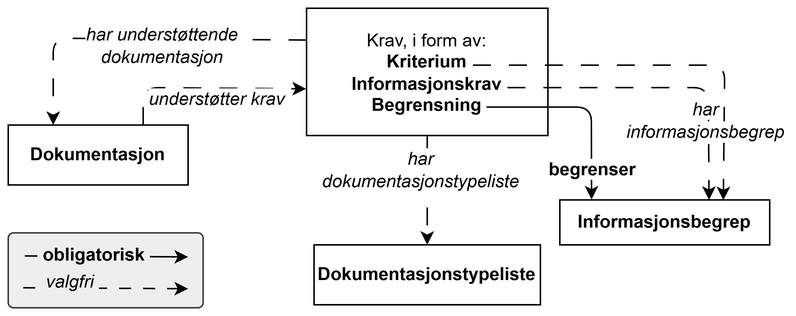
Before: docs/images/CCCEV-AP-NO-forenklet-fremstilling.png, a diagram exported from draw.io (Informasjonsforvaltning/cccev-ap-no). Source tidied: cells renumbered, new cells last; positions are measured from the earlier drawing's top-left corner, leaving out a move shared by most shapes.
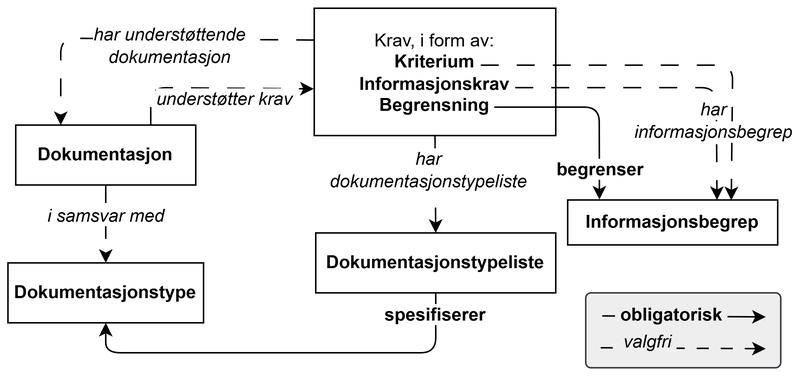
The same file after the commit.

Commit message:
Oppdaterer kap. 2

Diff of the diagram source:
```diff
@@ -52,7 +52,7 @@
       <mxGeometry x="411" y="65" width="109" height="20" as="geometry" />
     </mxCell>
     <mxCell id="12" value="&lt;b&gt;Dokumentasjonstypeliste&lt;/b&gt;" style="rounded=0;whiteSpace=wrap;html=1;" parent="1" vertex="1">
-      <mxGeometry x="204" y="158" width="151" height="40" as="geometry" />
+      <mxGeometry x="200" y="150" width="160" height="40" as="geometry" />
     </mxCell>
     <mxCell id="13" value="&lt;div&gt;&lt;b style=&quot;background-color: transparent; color: light-dark(rgb(0, 0, 0), rgb(255, 255, 255));&quot;&gt;Dokumentasjon&lt;/b&gt;&lt;/div&gt;" style="rounded=0;whiteSpace=wrap;html=1;" parent="1" vertex="1">
       <mxGeometry y="78" width="120" height="40" as="geometry" />
@@ -71,7 +71,7 @@
       <mxGeometry x="230" y="98" width="90.6" height="20" as="geometry" />
     </mxCell>
     <mxCell id="17" style="group;" parent="1" vertex="1">
-      <mxGeometry y="150" width="130" height="50" as="geometry" />
+      <mxGeometry x="380" y="190" width="130" height="50" as="geometry" />
     </mxCell>
     <mxCell id="18" style="rounded=1;whiteSpace=wrap;html=1;align=left;verticalAlign=top;arcSize=7;fillColor=#eeeeee;strokeColor=#36393d;" parent="17" vertex="1">
       <mxGeometry width="130" height="50" as="geometry" />
@@ -100,5 +100,25 @@
     <mxCell id="24" value="&lt;b style=&quot;background-color: rgb(238, 238, 238);&quot;&gt;&amp;nbsp;obligatorisk&amp;nbsp;&lt;/b&gt;" style="text;html=1;align=center;verticalAlign=middle;whiteSpace=wrap;rounded=0;" parent="22" vertex="1">
       <mxGeometry x="21.4" width="50.7" height="20.8" as="geometry" />
     </mxCell>
+    <mxCell id="25" value="&lt;b&gt;Dokumentasjonstype&lt;/b&gt;" style="rounded=0;whiteSpace=wrap;html=1;" parent="1" vertex="1">
+      <mxGeometry x="-5.2" y="170" width="130.4" height="40" as="geometry" />
+    </mxCell>
+    <mxCell id="26" style="endArrow=classic;html=1;rounded=1;exitX=0.5;exitY=1;exitDx=0;exitDy=0;entryX=0.5;entryY=1;entryDx=0;entryDy=0;curved=0;" parent="1" edge="1" source="12" target="25">
+      <mxGeometry relative="1" as="geometry">
+        <Array as="points">
+          <mxPoint x="280" y="230" />
+          <mxPoint x="60" y="230" />
+        </Array>
+      </mxGeometry>
+    </mxCell>
+    <mxCell id="27" value="&lt;b style=&quot;background-color: light-dark(#ffffff, var(--ge-dark-color, #121212));&quot;&gt;spesifiserer&lt;/b&gt;" style="text;html=1;whiteSpace=wrap;strokeColor=none;fillColor=none;align=center;verticalAlign=middle;rounded=0;" parent="1" vertex="1">
+      <mxGeometry x="249.5" y="190" width="60" height="30" as="geometry" />
+    </mxCell>
+    <mxCell id="28" style="endArrow=classic;html=1;rounded=1;curved=0;dashed=1;dashPattern=12 12;entryX=0.5;entryY=0;entryDx=0;entryDy=0;exitX=0.5;exitY=1;exitDx=0;exitDy=0;" parent="1" edge="1" source="13" target="25">
+      <mxGeometry relative="1" as="geometry" />
+    </mxCell>
+    <mxCell id="29" value="&lt;span style=&quot;background-color: rgb(255, 255, 255);&quot;&gt;&lt;i&gt;i samsvar med&lt;/i&gt;&lt;/span&gt;" style="text;html=1;strokeColor=none;fillColor=none;align=center;verticalAlign=middle;whiteSpace=wrap;rounded=0;" parent="1" vertex="1">
+      <mxGeometry x="10.5" y="128" width="99" height="22" as="geometry" />
+    </mxCell>
   </root>
 </mxGraphModel>
```
